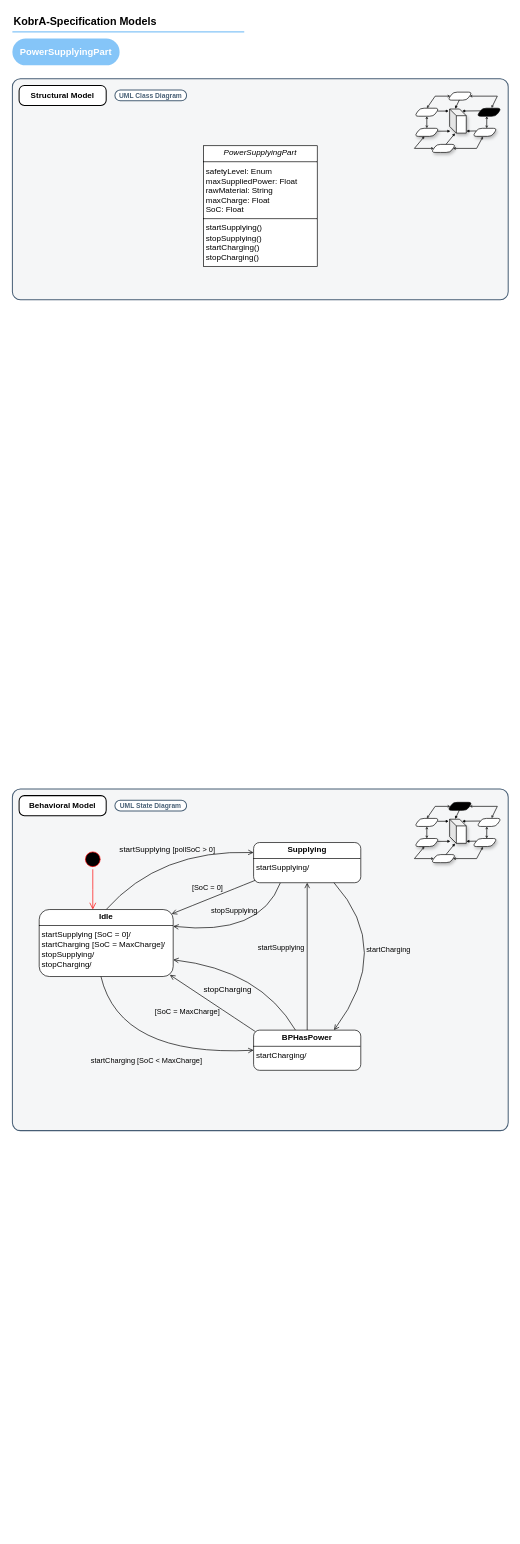
Above: KobrA-Specification-Models-PowerSupplyingPart-v3.drawio in Mohammad-Si/convide-A02-MVE (draw.io), before the change. Source tidied: cells renumbered, new cells numbered last; positions are measured from the earlier drawing's top-left corner, leaving out a move shared by most shapes. Both pictures are drawn from the tidied source at 67%, with x=0, y=0 at pixel (12, 11).
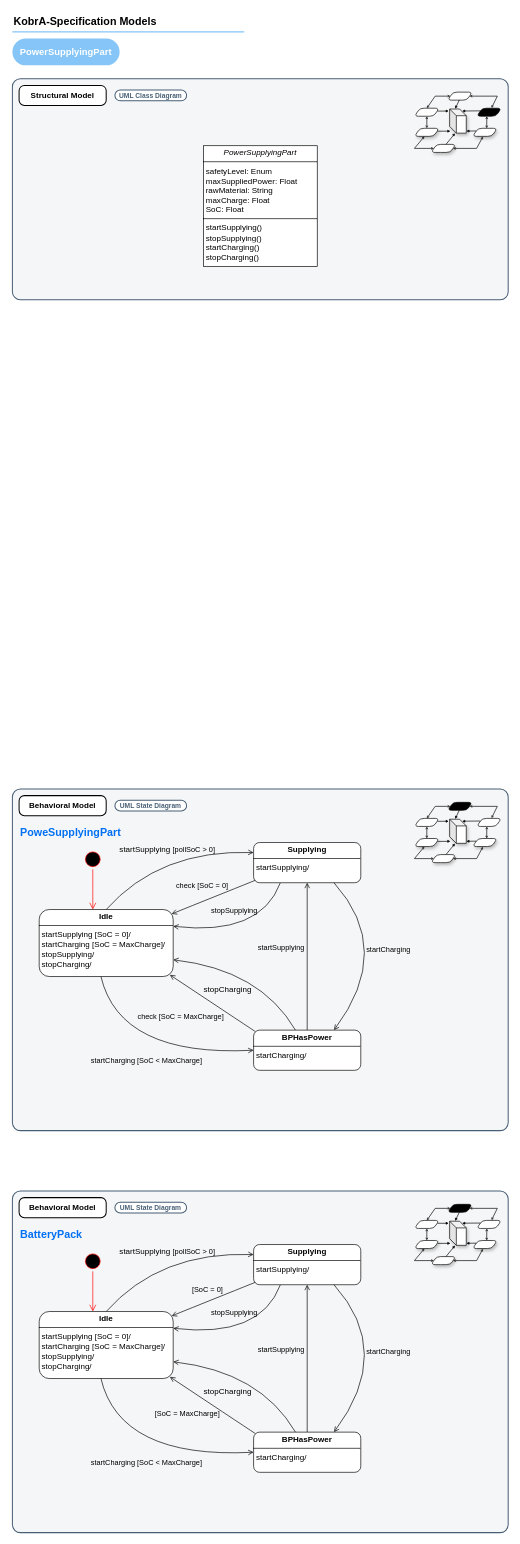
The same diagram, later.

Unchanged cells that the change refers to:
```xml
<mxCell id="71" style="rounded=0;jettySize=auto;html=1;exitX=0.018;exitY=0.039;exitDx=0;exitDy=0;entryX=0.975;entryY=0.975;entryDx=0;entryDy=0;curved=1;endArrow=open;endFill=0;entryPerimeter=0;exitPerimeter=0;" parent="1" edge="1" source="73" target="74">
  <mxGeometry relative="1" as="geometry" />
</mxCell>
<mxCell id="75" style="rounded=0;jettySize=auto;html=1;entryX=0.988;entryY=0.066;entryDx=0;entryDy=0;entryPerimeter=0;curved=1;endArrow=open;endFill=0;exitX=0.015;exitY=0.941;exitDx=0;exitDy=0;exitPerimeter=0;" parent="1" edge="1" source="66" target="74">
  <mxGeometry relative="1" as="geometry" />
</mxCell>
```

What changed in the source:
```diff
@@
-    <mxCell id="72" value="[SoC = MaxCharge]" style="edgeLabel;html=1;align=center;verticalAlign=middle;labelBackgroundColor=none;" parent="71" vertex="1">
+    <mxCell id="72" value="check&amp;nbsp;[SoC = MaxCharge]" style="edgeLabel;html=1;align=center;verticalAlign=middle;labelBackgroundColor=none;" parent="71" vertex="1">
       <mxGeometry x="-0.02" relative="1" as="geometry">
-        <mxPoint x="-40" y="11" as="offset" />
+        <mxPoint x="-50" y="19" as="offset" />
       </mxGeometry>
     </mxCell>
@@
-    <mxCell id="76" value="[SoC = 0]" style="edgeLabel;html=1;align=center;verticalAlign=middle;labelBackgroundColor=none;" parent="75" vertex="1">
+    <mxCell id="76" value="check [SoC = 0]" style="edgeLabel;html=1;align=center;verticalAlign=middle;labelBackgroundColor=none;" parent="75" vertex="1">
       <mxGeometry x="-0.03" y="-1" relative="1" as="geometry">
-        <mxPoint x="-11" y="-13" as="offset" />
+        <mxPoint x="-19" y="-16" as="offset" />
       </mxGeometry>
     </mxCell>
+    <mxCell id="77" value="&lt;font color=&quot;#0070f2&quot; face=&quot;arial&quot; style=&quot;font-size: 16px;&quot;&gt;&lt;b style=&quot;font-size: 16px;&quot;&gt;PoweSupplyingPart&lt;/b&gt;&lt;/font&gt;" style="text;html=1;align=left;verticalAlign=middle;strokeColor=none;fillColor=none;fontSize=12;fontColor=#1d2d3e;fontFamily=Helvetica;" parent="1" vertex="1">
+      <mxGeometry x="10" y="1210" width="170" height="30" as="geometry" />
+    </mxCell>
+    <mxCell id="78" style="rounded=1;whiteSpace=wrap;html=1;strokeColor=#475E75;fillColor=#F5F6F7;arcSize=24;absoluteArcSize=1;imageWidth=64;imageHeight=64;strokeWidth=1.5;" parent="1" vertex="1">
+      <mxGeometry y="1760" width="740" height="510" as="geometry" />
+    </mxCell>
+    <mxCell id="79" value="&lt;b&gt;Behavioral Model&lt;/b&gt;" style="rounded=1;whiteSpace=wrap;html=1;strokeWidth=1.5;arcSize=16;perimeterSpacing=0;absoluteArcSize=1;" parent="1" vertex="1">
+      <mxGeometry x="10" y="1770" width="130" height="30" as="geometry" />
+    </mxCell>
+    <mxCell id="80" style="group;glass=0;shadow=0;" parent="1" vertex="1">
+      <mxGeometry x="600" y="1780" width="130" height="90" as="geometry" />
+    </mxCell>
+    <mxCell id="81" style="shape=parallelogram;html=1;strokeWidth=1;perimeter=parallelogramPerimeter;whiteSpace=wrap;rounded=1;arcSize=12;size=0.23;shadow=0;" parent="80" vertex="1">
+      <mxGeometry x="92.9" y="24" width="37.1" height="12" as="geometry" />
+    </mxCell>
+    <mxCell id="82" style="shape=parallelogram;html=1;strokeWidth=1;perimeter=parallelogramPerimeter;whiteSpace=wrap;rounded=1;arcSize=12;size=0.23;shadow=0;fillColor=#000000;" parent="80" vertex="1">
+      <mxGeometry x="49.5" width="37.1" height="12" as="geometry" />
+    </mxCell>
+    <mxCell id="83" style="shape=parallelogram;html=1;strokeWidth=1;perimeter=parallelogramPerimeter;whiteSpace=wrap;rounded=1;arcSize=12;size=0.23;shadow=0;" parent="80" vertex="1">
+      <mxGeometry y="24" width="37.1" height="12" as="geometry" />
+    </mxCell>
+    <mxCell id="84" style="edgeStyle=isometricEdgeStyle;endArrow=none;html=1;elbow=vertical;rounded=0;entryX=1;entryY=0.5;entryDx=0;entryDy=0;exitX=1;exitY=0.5;exitDx=0;exitDy=0;" parent="80" edge="1" source="82" target="82">
+      <mxGeometry relative="1" as="geometry" />
+    </mxCell>
+    <mxCell id="85" style="endArrow=open;html=1;rounded=0;endSize=2;entryX=1;entryY=0.5;entryDx=0;entryDy=0;exitX=0.598;exitY=-0.024;exitDx=0;exitDy=0;exitPerimeter=0;startArrow=open;startFill=0;endFill=0;startSize=2;" parent="80" edge="1" source="81" target="82">
+      <mxGeometry relative="1" as="geometry">
+        <Array as="points">
+          <mxPoint x="123.8" y="6" />
+        </Array>
+      </mxGeometry>
+    </mxCell>
+    <mxCell id="86" style="endArrow=open;html=1;rounded=0;endSize=2;entryX=0;entryY=0.5;entryDx=0;entryDy=0;exitX=0.5;exitY=0;exitDx=0;exitDy=0;strokeColor=default;align=center;verticalAlign=middle;fontFamily=Helvetica;fontSize=11;fontColor=default;labelBackgroundColor=default;startArrow=open;startFill=0;startSize=2;endFill=0;" parent="80" edge="1" source="83" target="82">
+      <mxGeometry relative="1" as="geometry">
+        <Array as="points">
+          <mxPoint x="31" y="6" />
+        </Array>
+      </mxGeometry>
+    </mxCell>
+    <mxCell id="87" style="shape=cube;whiteSpace=wrap;html=1;boundedLbl=1;backgroundOutline=1;darkOpacity=0.05;darkOpacity2=0.1;size=10;shadow=1;" parent="80" vertex="1">
+      <mxGeometry x="52.6" y="25.2" width="24.8" height="36" as="geometry" />
+    </mxCell>
+    <mxCell id="88" style="endArrow=block;html=1;rounded=0;exitX=0.475;exitY=0.969;exitDx=0;exitDy=0;exitPerimeter=0;entryX=0.332;entryY=-0.012;entryDx=0;entryDy=0;entryPerimeter=0;endSize=2;strokeColor=default;align=center;verticalAlign=middle;fontFamily=Helvetica;fontSize=11;fontColor=default;labelBackgroundColor=default;endFill=1;" parent="80" edge="1" source="82" target="87">
+      <mxGeometry relative="1" as="geometry" />
+    </mxCell>
+    <mxCell id="89" style="endArrow=block;html=1;rounded=0;exitX=0;exitY=0.25;exitDx=0;exitDy=0;entryX=0.753;entryY=0.083;entryDx=0;entryDy=0;entryPerimeter=0;endSize=2;strokeColor=default;align=center;verticalAlign=middle;fontFamily=Helvetica;fontSize=11;fontColor=default;labelBackgroundColor=default;endFill=1;" parent="80" edge="1" source="81" target="87">
+      <mxGeometry relative="1" as="geometry" />
+    </mxCell>
+    <mxCell id="90" style="endArrow=block;html=1;rounded=0;exitX=0.93;exitY=0.361;exitDx=0;exitDy=0;entryX=-0.052;entryY=0.085;entryDx=0;entryDy=0;entryPerimeter=0;endSize=2;exitPerimeter=0;endFill=1;" parent="80" edge="1" source="83" target="87">
+      <mxGeometry relative="1" as="geometry" />
+    </mxCell>
+    <mxCell id="91" style="shape=parallelogram;html=1;strokeWidth=1;perimeter=parallelogramPerimeter;whiteSpace=wrap;rounded=1;arcSize=12;size=0.23;shadow=1;" parent="80" vertex="1">
+      <mxGeometry x="86.7" y="54" width="37.1" height="12" as="geometry" />
+    </mxCell>
+    <mxCell id="92" style="shape=parallelogram;html=1;strokeWidth=1;perimeter=parallelogramPerimeter;whiteSpace=wrap;rounded=1;arcSize=12;size=0.23;shadow=1;" parent="80" vertex="1">
+      <mxGeometry x="24.8" y="78" width="37.1" height="12" as="geometry" />
+    </mxCell>
+    <mxCell id="93" style="shape=parallelogram;html=1;strokeWidth=1;perimeter=parallelogramPerimeter;whiteSpace=wrap;rounded=1;arcSize=12;size=0.23;shadow=1;" parent="80" vertex="1">
+      <mxGeometry y="54" width="37.1" height="12" as="geometry" />
+    </mxCell>
+    <mxCell id="94" style="edgeStyle=isometricEdgeStyle;endArrow=none;html=1;elbow=vertical;rounded=0;entryX=1;entryY=0.5;entryDx=0;entryDy=0;exitX=1;exitY=0.5;exitDx=0;exitDy=0;" parent="80" edge="1" source="92" target="92">
+      <mxGeometry relative="1" as="geometry" />
+    </mxCell>
+    <mxCell id="95" style="endArrow=open;html=1;rounded=0;endSize=2;entryX=1;entryY=0.5;entryDx=0;entryDy=0;exitX=0.421;exitY=1.024;exitDx=0;exitDy=0;exitPerimeter=0;strokeColor=default;align=center;verticalAlign=middle;fontFamily=Helvetica;fontSize=11;fontColor=default;labelBackgroundColor=default;startArrow=open;startFill=0;startSize=2;endFill=0;" parent="80" edge="1" source="91" target="92">
+      <mxGeometry relative="1" as="geometry">
+        <Array as="points">
+          <mxPoint x="92.9" y="84" />
+        </Array>
+      </mxGeometry>
+    </mxCell>
+    <mxCell id="96" style="endArrow=open;html=1;rounded=0;endSize=2;entryX=0;entryY=0.5;entryDx=0;entryDy=0;exitX=0.405;exitY=1.002;exitDx=0;exitDy=0;exitPerimeter=0;strokeColor=default;align=center;verticalAlign=middle;fontFamily=Helvetica;fontSize=11;fontColor=default;labelBackgroundColor=default;startArrow=open;startFill=0;startSize=2;endFill=0;" parent="80" edge="1" source="93" target="92">
+      <mxGeometry relative="1" as="geometry">
+        <Array as="points">
+          <mxPoint y="84" />
+        </Array>
+      </mxGeometry>
+    </mxCell>
+    <mxCell id="97" style="endArrow=block;html=1;rounded=0;exitX=0.605;exitY=-0.013;exitDx=0;exitDy=0;exitPerimeter=0;entryX=0.326;entryY=1.008;entryDx=0;entryDy=0;entryPerimeter=0;endSize=2;strokeColor=default;align=center;verticalAlign=middle;fontFamily=Helvetica;fontSize=11;fontColor=default;labelBackgroundColor=default;endFill=1;" parent="80" edge="1" source="92" target="87">
+      <mxGeometry relative="1" as="geometry" />
+    </mxCell>
+    <mxCell id="98" style="endArrow=block;html=1;rounded=0;exitX=0;exitY=0.25;exitDx=0;exitDy=0;endSize=2;entryX=1.006;entryY=0.917;entryDx=0;entryDy=0;entryPerimeter=0;strokeColor=default;align=center;verticalAlign=middle;fontFamily=Helvetica;fontSize=11;fontColor=default;labelBackgroundColor=default;endFill=1;" parent="80" edge="1" source="91" target="87">
+      <mxGeometry relative="1" as="geometry" />
+    </mxCell>
+    <mxCell id="99" style="endArrow=block;html=1;rounded=0;exitX=0.93;exitY=0.361;exitDx=0;exitDy=0;entryX=0.047;entryY=0.917;entryDx=0;entryDy=0;entryPerimeter=0;endSize=2;exitPerimeter=0;strokeColor=default;align=center;verticalAlign=middle;fontFamily=Helvetica;fontSize=11;fontColor=default;labelBackgroundColor=default;endFill=1;" parent="80" edge="1" source="93" target="87">
+      <mxGeometry relative="1" as="geometry" />
+    </mxCell>
+    <mxCell id="100" style="endArrow=open;startArrow=open;html=1;rounded=0;entryX=0.5;entryY=1;entryDx=0;entryDy=0;exitX=0.5;exitY=0;exitDx=0;exitDy=0;endSize=2;startSize=2;startFill=0;endFill=0;" parent="80" edge="1" source="93" target="83">
+      <mxGeometry relative="1" as="geometry" />
+    </mxCell>
+    <mxCell id="101" style="endArrow=open;startArrow=open;html=1;rounded=0;entryX=0.409;entryY=0.996;entryDx=0;entryDy=0;exitX=0.572;exitY=0.009;exitDx=0;exitDy=0;endSize=2;startSize=2;startFill=0;endFill=0;entryPerimeter=0;exitPerimeter=0;" parent="80" edge="1" source="91" target="81">
+      <mxGeometry relative="1" as="geometry" />
+    </mxCell>
+    <mxCell id="102" value="&lt;font size=&quot;1&quot; color=&quot;#475f75&quot;&gt;&lt;b style=&quot;&quot;&gt;UML State Diagram&lt;/b&gt;&lt;/font&gt;" style="rounded=1;whiteSpace=wrap;html=1;arcSize=50;strokeColor=#475f75;fillColor=default;strokeWidth=1.5;" parent="1" vertex="1">
+      <mxGeometry x="153" y="1777" width="107" height="16" as="geometry" />
+    </mxCell>
+    <mxCell id="103" style="ellipse;html=1;shape=startState;fillColor=#000000;strokeColor=#ff0000;" parent="1" vertex="1">
+      <mxGeometry x="105" y="1850" width="30" height="30" as="geometry" />
+    </mxCell>
+    <mxCell id="104" style="edgeStyle=orthogonalEdgeStyle;html=1;verticalAlign=bottom;endArrow=open;endSize=8;strokeColor=#ff0000;rounded=0;entryX=0.5;entryY=0;entryDx=0;entryDy=0;" parent="1" edge="1" source="103">
+      <mxGeometry relative="1" as="geometry">
+        <mxPoint x="120" y="1940" as="targetPoint" />
+      </mxGeometry>
+    </mxCell>
+    <mxCell id="105" style="rounded=0;jettySize=auto;html=1;entryX=0;entryY=0.25;entryDx=0;entryDy=0;endArrow=open;endFill=0;elbow=vertical;curved=1;exitX=0.5;exitY=0;exitDx=0;exitDy=0;" parent="1" edge="1" source="121" target="113">
+      <mxGeometry relative="1" as="geometry">
+        <Array as="points">
+          <mxPoint x="220" y="1850" />
+        </Array>
+      </mxGeometry>
+    </mxCell>
+    <mxCell id="106" value="&lt;span style=&quot;font-size: 12px; text-align: left; text-wrap-mode: wrap;&quot;&gt;startSupplying&amp;nbsp;&lt;/span&gt;[pollSoC &amp;gt; 0]" style="edgeLabel;html=1;align=center;verticalAlign=middle;labelBackgroundColor=none;" parent="105" vertex="1">
+      <mxGeometry x="-0.2" y="-25" relative="1" as="geometry">
+        <mxPoint x="3" y="-29" as="offset" />
+      </mxGeometry>
+    </mxCell>
+    <mxCell id="107" style="rounded=0;jettySize=auto;html=1;entryX=0;entryY=0.5;entryDx=0;entryDy=0;curved=1;endArrow=open;endFill=0;exitX=0.46;exitY=0.994;exitDx=0;exitDy=0;exitPerimeter=0;" parent="1" edge="1" source="121" target="120">
+      <mxGeometry relative="1" as="geometry">
+        <Array as="points">
+          <mxPoint x="160" y="2160" />
+        </Array>
+      </mxGeometry>
+    </mxCell>
+    <mxCell id="108" value="startCharging [SoC &amp;lt; MaxCharge]" style="edgeLabel;html=1;align=center;verticalAlign=middle;labelBackgroundColor=none;" parent="107" vertex="1">
+      <mxGeometry x="-0.29" y="16" relative="1" as="geometry">
+        <mxPoint x="26" y="17" as="offset" />
+      </mxGeometry>
+    </mxCell>
+    <mxCell id="109" style="rounded=0;jettySize=auto;html=1;entryX=0.5;entryY=0;entryDx=0;entryDy=0;curved=0;endArrow=none;endFill=0;startArrow=open;startFill=0;" parent="1" edge="1" source="113" target="120">
+      <mxGeometry relative="1" as="geometry" />
+    </mxCell>
+    <mxCell id="110" value="startSupplying" style="edgeLabel;html=1;align=center;verticalAlign=middle;labelBackgroundColor=none;" parent="109" vertex="1">
+      <mxGeometry x="-0.13" y="-16" relative="1" as="geometry">
+        <mxPoint x="-24" as="offset" />
+      </mxGeometry>
+    </mxCell>
+    <mxCell id="111" style="rounded=0;jettySize=auto;html=1;exitX=0.25;exitY=1;exitDx=0;exitDy=0;entryX=1;entryY=0.25;entryDx=0;entryDy=0;endArrow=open;endFill=0;curved=1;" parent="1" edge="1" source="113" target="121">
+      <mxGeometry relative="1" as="geometry">
+        <Array as="points">
+          <mxPoint x="370" y="1980" />
+        </Array>
+      </mxGeometry>
+    </mxCell>
+    <mxCell id="112" value="stopSupplying" style="edgeLabel;html=1;align=center;verticalAlign=middle;labelBackgroundColor=none;" parent="111" vertex="1">
+      <mxGeometry y="-14" relative="1" as="geometry">
+        <mxPoint x="-19" y="-23" as="offset" />
+      </mxGeometry>
+    </mxCell>
+    <mxCell id="113" value="&lt;p style=&quot;margin:0px;margin-top:4px;text-align:center;&quot;&gt;&lt;b&gt;Supplying&lt;/b&gt;&lt;/p&gt;&lt;hr size=&quot;1&quot; style=&quot;border-style:solid;&quot;&gt;&lt;p style=&quot;margin:0px;margin-left:4px;&quot;&gt;startSupplying/&lt;/p&gt;&lt;p style=&quot;margin:0px;margin-left:4px;&quot;&gt;&lt;br&gt;&lt;/p&gt;&lt;p style=&quot;margin:0px;margin-left:4px;&quot;&gt;&lt;br&gt;&lt;/p&gt;" style="verticalAlign=top;align=left;overflow=fill;html=1;whiteSpace=wrap;rounded=1;" parent="1" vertex="1">
+      <mxGeometry x="360" y="1840" width="160" height="60" as="geometry" />
+    </mxCell>
+    <mxCell id="114" style="rounded=0;jettySize=auto;html=1;entryX=0.75;entryY=1;entryDx=0;entryDy=0;endArrow=none;endFill=0;curved=1;exitX=0.75;exitY=0;exitDx=0;exitDy=0;startArrow=open;startFill=0;" parent="1" edge="1" source="120" target="113">
+      <mxGeometry relative="1" as="geometry">
+        <Array as="points">
+          <mxPoint x="570" y="2000" />
+        </Array>
+      </mxGeometry>
+    </mxCell>
+    <mxCell id="115" value="&lt;span style=&quot;&quot;&gt;startCharging&lt;/span&gt;" style="edgeLabel;html=1;align=center;verticalAlign=middle;labelBackgroundColor=none;" parent="114" vertex="1">
+      <mxGeometry x="0.35" y="40" relative="1" as="geometry">
+        <mxPoint x="48" y="4" as="offset" />
+      </mxGeometry>
+    </mxCell>
+    <mxCell id="116" style="rounded=0;jettySize=auto;html=1;entryX=1;entryY=0.75;entryDx=0;entryDy=0;curved=1;endArrow=open;endFill=0;" parent="1" edge="1" source="120" target="121">
+      <mxGeometry relative="1" as="geometry">
+        <Array as="points">
+          <mxPoint x="370" y="2030" />
+        </Array>
+      </mxGeometry>
+    </mxCell>
+    <mxCell id="117" value="&lt;div style=&quot;text-align: left;&quot;&gt;&lt;span style=&quot;font-size: 12px; text-wrap-mode: wrap;&quot;&gt;stopCharging&lt;/span&gt;&lt;/div&gt;" style="edgeLabel;html=1;align=center;verticalAlign=middle;labelBackgroundColor=none;" parent="116" vertex="1">
+      <mxGeometry x="-0.1" y="8" relative="1" as="geometry">
+        <mxPoint x="-47" y="22" as="offset" />
+      </mxGeometry>
+    </mxCell>
+    <mxCell id="118" style="rounded=0;jettySize=auto;html=1;exitX=0.018;exitY=0.039;exitDx=0;exitDy=0;entryX=0.975;entryY=0.975;entryDx=0;entryDy=0;curved=1;endArrow=open;endFill=0;entryPerimeter=0;exitPerimeter=0;" parent="1" edge="1" source="120" target="121">
+      <mxGeometry relative="1" as="geometry" />
+    </mxCell>
+    <mxCell id="119" value="[SoC = MaxCharge]" style="edgeLabel;html=1;align=center;verticalAlign=middle;labelBackgroundColor=none;" parent="118" vertex="1">
+      <mxGeometry x="-0.02" relative="1" as="geometry">
+        <mxPoint x="-40" y="11" as="offset" />
+      </mxGeometry>
+    </mxCell>
+    <mxCell id="120" value="&lt;p style=&quot;margin:0px;margin-top:4px;text-align:center;&quot;&gt;&lt;b&gt;BPHasPower&lt;/b&gt;&lt;/p&gt;&lt;hr size=&quot;1&quot; style=&quot;border-style:solid;&quot;&gt;&lt;p style=&quot;margin: 0px 0px 0px 4px;&quot;&gt;startCharging/&lt;/p&gt;&lt;div&gt;&lt;p style=&quot;margin: 0px 0px 0px 4px;&quot;&gt;&lt;br&gt;&lt;/p&gt;&lt;/div&gt;&lt;p style=&quot;margin: 0px 0px 0px 4px;&quot;&gt;&lt;br&gt;&lt;/p&gt;" style="verticalAlign=top;align=left;overflow=fill;html=1;whiteSpace=wrap;rounded=1;" parent="1" vertex="1">
+      <mxGeometry x="360" y="2120" width="160" height="60" as="geometry" />
+    </mxCell>
+    <mxCell id="121" value="&lt;p style=&quot;margin:0px;margin-top:4px;text-align:center;&quot;&gt;&lt;b&gt;Idle&lt;/b&gt;&lt;/p&gt;&lt;hr size=&quot;1&quot; style=&quot;border-style:solid;&quot;&gt;&lt;p style=&quot;margin: 0px 0px 0px 4px;&quot;&gt;startSupplying [SoC = 0]/&lt;/p&gt;&lt;p style=&quot;margin: 0px 0px 0px 4px;&quot;&gt;&lt;span style=&quot;color: light-dark(rgb(0, 0, 0), rgb(255, 255, 255)); background-color: transparent;&quot;&gt;startCharging&lt;/span&gt;&lt;span style=&quot;text-align: center; text-wrap-mode: nowrap; background-color: rgb(255, 255, 255);&quot;&gt;&amp;nbsp;[SoC = MaxCharge]/&lt;/span&gt;&lt;/p&gt;&lt;p style=&quot;margin: 0px 0px 0px 4px;&quot;&gt;&lt;span style=&quot;background-color: transparent; color: light-dark(rgb(0, 0, 0), rgb(255, 255, 255));&quot;&gt;stopSupplying&lt;/span&gt;/&lt;/p&gt;&lt;p style=&quot;margin: 0px 0px 0px 4px;&quot;&gt;&lt;span style=&quot;color: light-dark(rgb(0, 0, 0), rgb(255, 255, 255)); background-color: rgb(255, 255, 255);&quot;&gt;stopCharging&lt;/span&gt;&lt;span style=&quot;background-color: light-dark(rgb(251, 251, 251), rgb(21, 21, 21)); color: light-dark(rgb(0, 0, 0), rgb(255, 255, 255));&quot;&gt;/&lt;/span&gt;&lt;/p&gt;&lt;p style=&quot;margin:0px;margin-left:4px;&quot;&gt;&lt;br&gt;&lt;/p&gt;&lt;p style=&quot;margin:0px;margin-left:4px;&quot;&gt;&lt;br&gt;&lt;/p&gt;" style="verticalAlign=top;align=left;overflow=fill;html=1;whiteSpace=wrap;rounded=1;" parent="1" vertex="1">
+      <mxGeometry x="40" y="1940" width="200" height="100" as="geometry" />
+    </mxCell>
+    <mxCell id="122" style="rounded=0;jettySize=auto;html=1;entryX=0.988;entryY=0.066;entryDx=0;entryDy=0;entryPerimeter=0;curved=1;endArrow=open;endFill=0;exitX=0.015;exitY=0.941;exitDx=0;exitDy=0;exitPerimeter=0;" parent="1" edge="1" source="113" target="121">
+      <mxGeometry relative="1" as="geometry" />
+    </mxCell>
+    <mxCell id="123" value="[SoC = 0]" style="edgeLabel;html=1;align=center;verticalAlign=middle;labelBackgroundColor=none;" parent="122" vertex="1">
+      <mxGeometry x="-0.03" y="-1" relative="1" as="geometry">
+        <mxPoint x="-11" y="-13" as="offset" />
+      </mxGeometry>
+    </mxCell>
+    <mxCell id="124" value="&lt;font color=&quot;#0070f2&quot; face=&quot;arial&quot; style=&quot;font-size: 16px;&quot;&gt;&lt;b style=&quot;font-size: 16px;&quot;&gt;BatteryPack&lt;/b&gt;&lt;/font&gt;" style="text;html=1;align=left;verticalAlign=middle;strokeColor=none;fillColor=none;fontSize=12;fontColor=#1d2d3e;fontFamily=Helvetica;" parent="1" vertex="1">
+      <mxGeometry x="10" y="1810" width="120" height="30" as="geometry" />
+    </mxCell>
```
